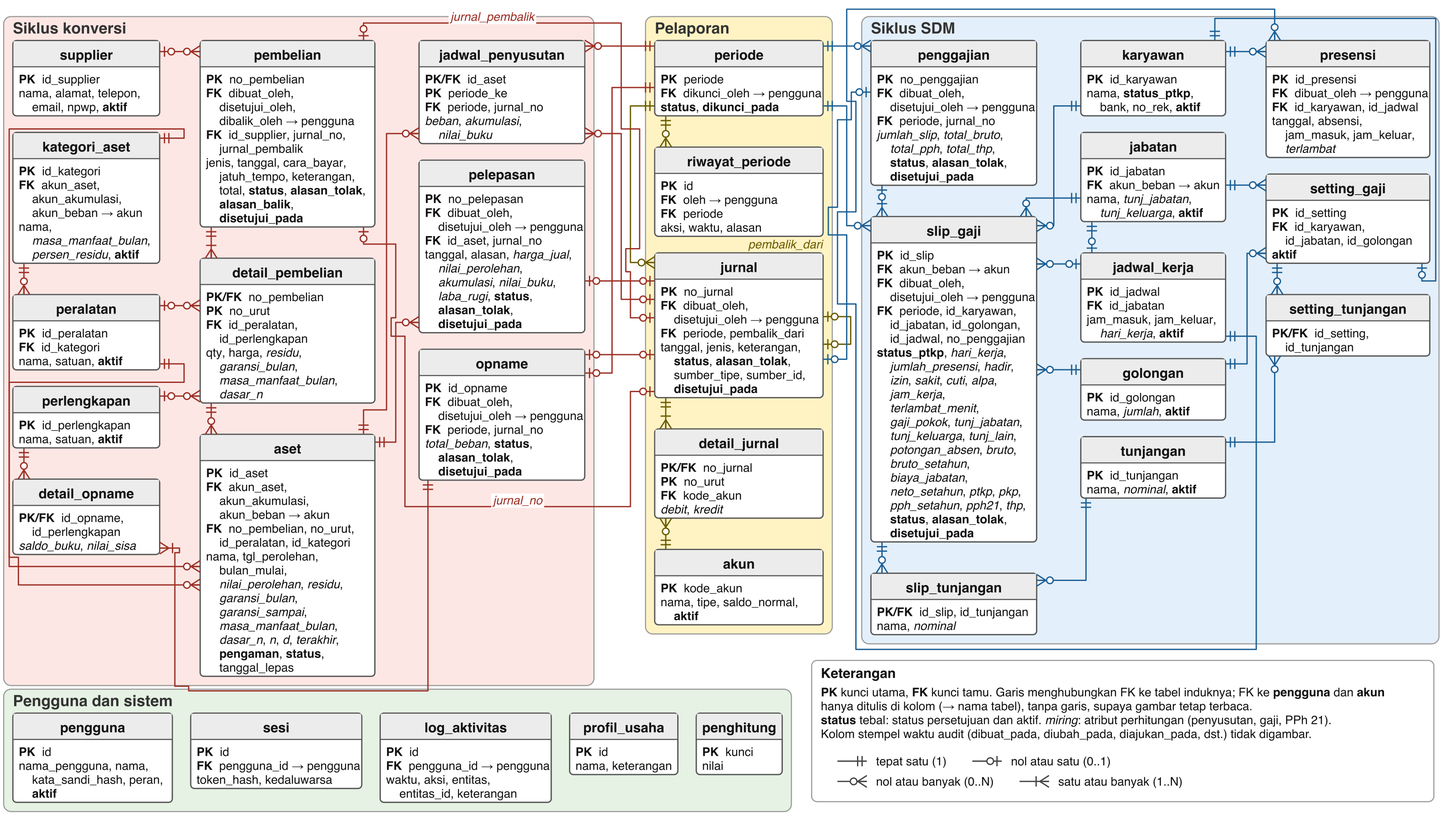
Before: docs/logical-database.png, a diagram exported from Mermaid (Phixinic/uas-sia). Its source is kept beside it as docs/logical-database.mmd.
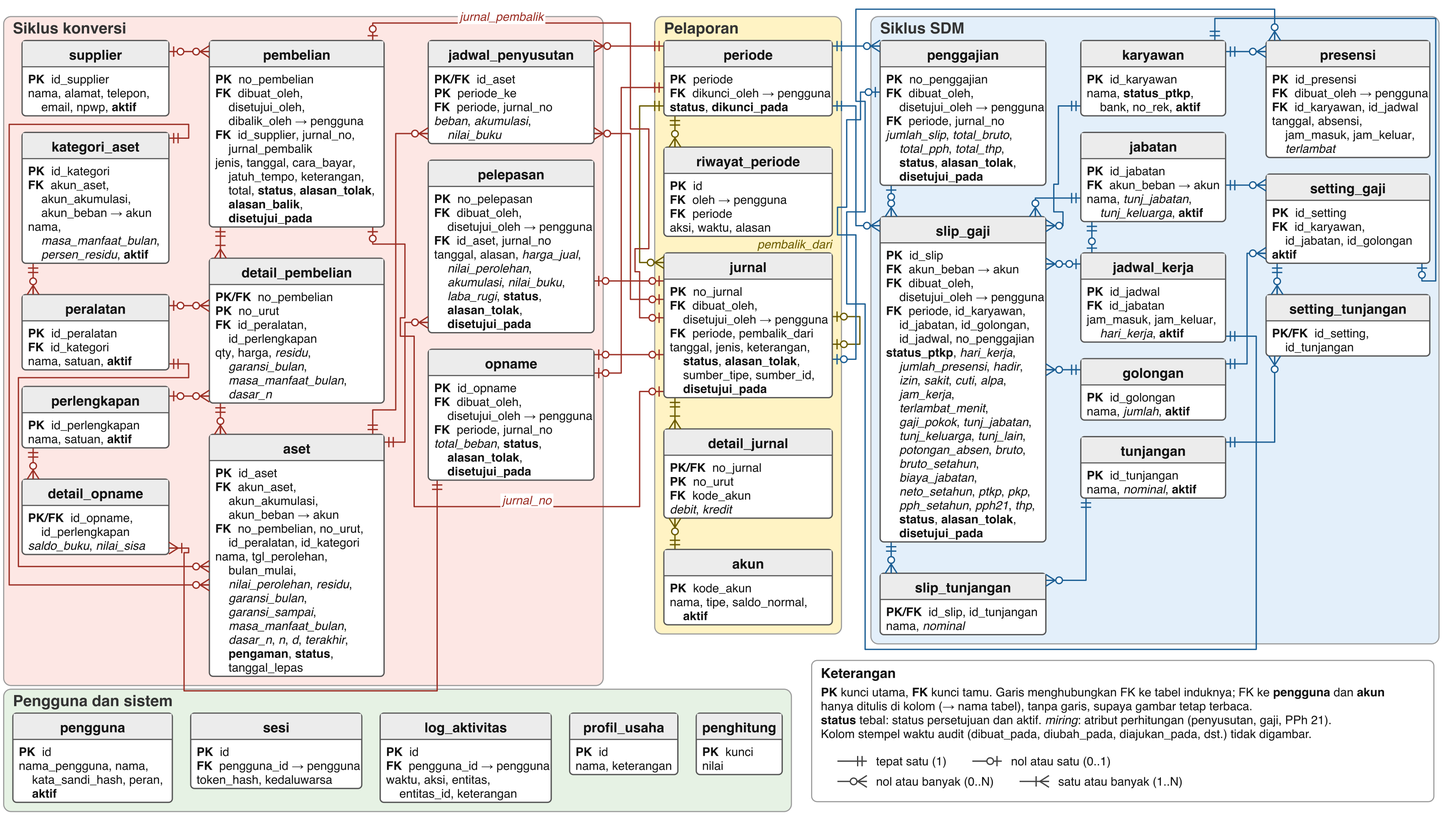
After the commit.

Commit message:
Rutekan ulang garis aset di logical database dan gambar penggajian ke slip_gaji sebagai 0..N

The edit, as a diff of the source:
```diff
@@ -397,7 +397,7 @@
   golongan ||--o{ slip_gaji : "id_golongan"
   jadwal_kerja |o--o{ slip_gaji : "id_jadwal"
   akun ||--o{ slip_gaji : "akun_beban"
-  penggajian |o--|{ slip_gaji : "no_penggajian"
+  penggajian |o--o{ slip_gaji : "no_penggajian"
   pengguna ||--o{ slip_gaji : "dibuat_oleh"
   pengguna |o--o{ slip_gaji : "disetujui_oleh"
   slip_gaji ||--o{ slip_tunjangan : "id_slip"
```
